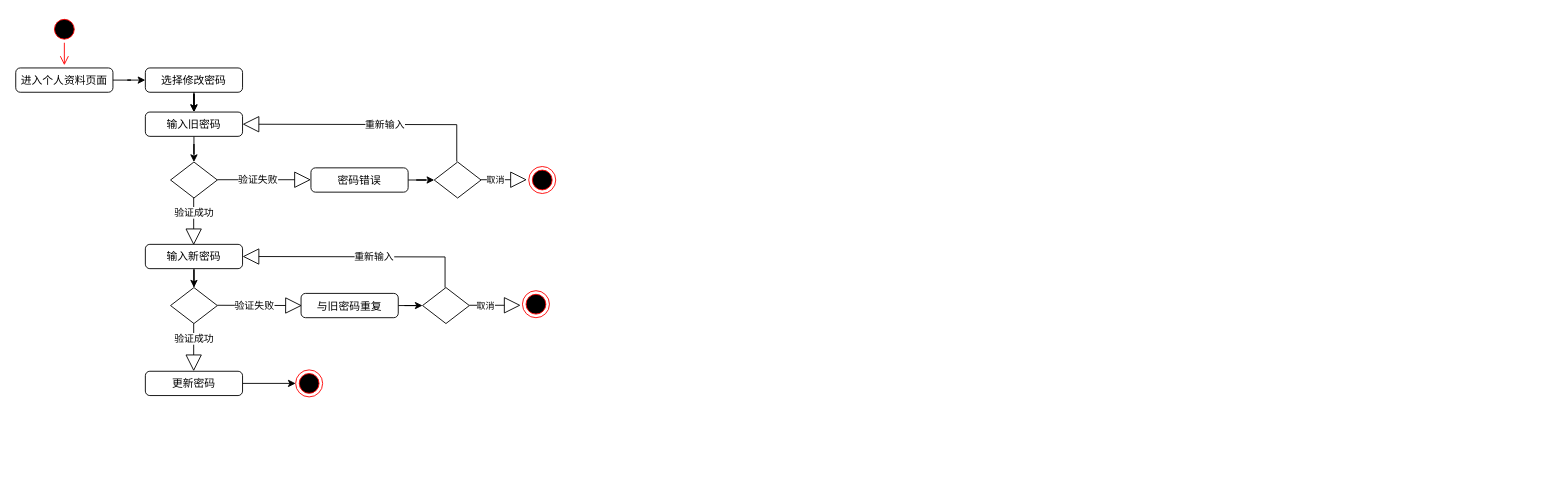
Above: page "第 3 页" (3 of 8) of 用户管理子系统.drawio in IRiDecenT/graph (draw.io), before the change. Source tidied: cells renumbered, new cells numbered last; positions are measured from the earlier drawing's top-left corner, leaving out a move shared by most shapes. Both pictures are drawn from the tidied source at 90%, with x=0, y=0 at pixel (15, 15).
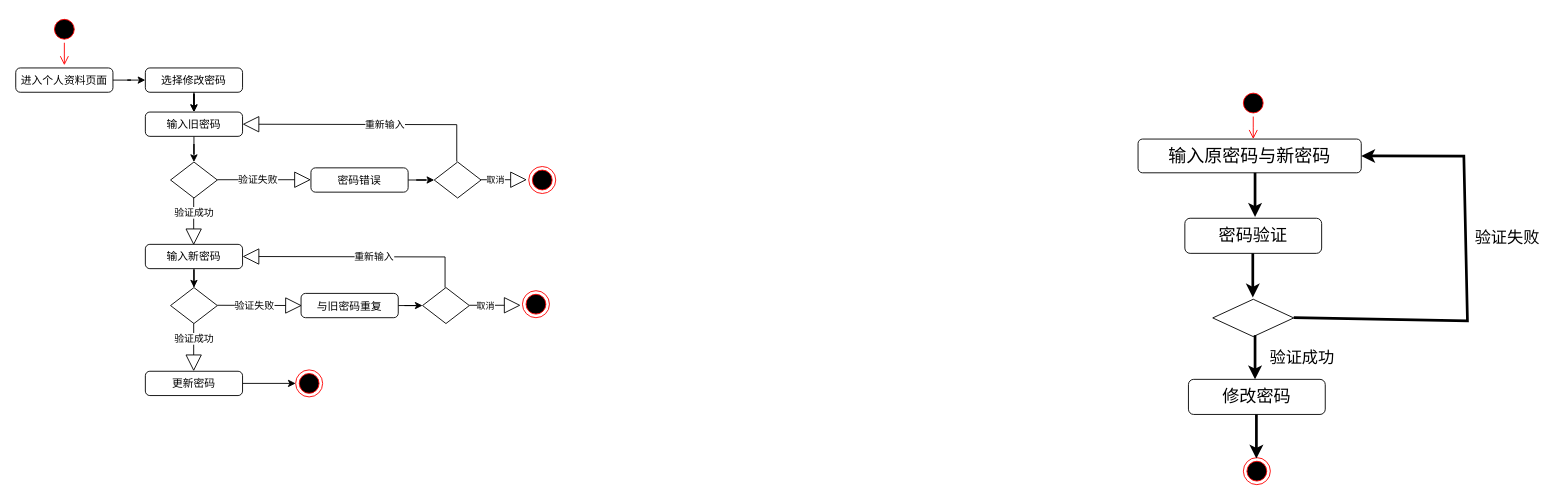
Above is the later version.

The edit, as a diff of the source:
```diff
@@
+    <mxCell id="34" value="&lt;font style=&quot;font-size: 20px;&quot;&gt;输入原密码与新密码&lt;/font&gt;" style="html=1;align=center;verticalAlign=top;rounded=1;absoluteArcSize=1;arcSize=10;dashed=0;whiteSpace=wrap;" parent="1" vertex="1">
+      <mxGeometry x="1247" y="137" width="248" height="37.5" as="geometry" />
+    </mxCell>
+    <mxCell id="35" style="ellipse;html=1;shape=startState;fillColor=#000000;strokeColor=#ff0000;" parent="1" vertex="1">
+      <mxGeometry x="1360" y="82" width="30" height="30" as="geometry" />
+    </mxCell>
+    <mxCell id="36" style="edgeStyle=orthogonalEdgeStyle;html=1;verticalAlign=bottom;endArrow=open;endSize=8;strokeColor=#ff0000;rounded=0;" parent="1" edge="1" source="35">
+      <mxGeometry relative="1" as="geometry">
+        <mxPoint x="1375" y="137" as="targetPoint" />
+      </mxGeometry>
+    </mxCell>
+    <mxCell id="37" style="edgeStyle=orthogonalEdgeStyle;rounded=0;orthogonalLoop=1;jettySize=auto;html=1;strokeWidth=3;" parent="1" edge="1">
+      <mxGeometry relative="1" as="geometry">
+        <mxPoint x="1377" y="174.5" as="sourcePoint" />
+        <mxPoint x="1377" y="223.5" as="targetPoint" />
+      </mxGeometry>
+    </mxCell>
+    <mxCell id="38" value="&lt;font style=&quot;font-size: 19px;&quot;&gt;密码验证&lt;/font&gt;" style="rounded=1;whiteSpace=wrap;html=1;" parent="1" vertex="1">
+      <mxGeometry x="1299" y="225" width="152" height="39" as="geometry" />
+    </mxCell>
+    <mxCell id="39" style="rhombus;whiteSpace=wrap;html=1;" parent="1" vertex="1">
+      <mxGeometry x="1330" y="315" width="90" height="41.5" as="geometry" />
+    </mxCell>
+    <mxCell id="40" style="edgeStyle=orthogonalEdgeStyle;rounded=0;orthogonalLoop=1;jettySize=auto;html=1;strokeWidth=3;" parent="1" edge="1">
+      <mxGeometry relative="1" as="geometry">
+        <mxPoint x="1374.5" y="264" as="sourcePoint" />
+        <mxPoint x="1374.5" y="313" as="targetPoint" />
+      </mxGeometry>
+    </mxCell>
+    <mxCell id="41" style="endArrow=classic;html=1;rounded=0;strokeWidth=3;entryX=1;entryY=0.5;entryDx=0;entryDy=0;" parent="1" edge="1" target="34">
+      <mxGeometry relative="1" as="geometry">
+        <mxPoint x="1420" y="335.5" as="sourcePoint" />
+        <Array as="points">
+          <mxPoint x="1613" y="339" />
+          <mxPoint x="1609" y="156" />
+        </Array>
+      </mxGeometry>
+    </mxCell>
+    <mxCell id="42" value="&lt;font style=&quot;font-size: 18px;&quot;&gt;验证失败&lt;/font&gt;" style="text;html=1;align=center;verticalAlign=middle;strokeColor=none;fillColor=none;" parent="1" vertex="1">
+      <mxGeometry x="1612" y="230" width="90" height="34" as="geometry" />
+    </mxCell>
+    <mxCell id="43" style="edgeStyle=orthogonalEdgeStyle;rounded=0;orthogonalLoop=1;jettySize=auto;html=1;strokeWidth=3;" parent="1" edge="1">
+      <mxGeometry relative="1" as="geometry">
+        <mxPoint x="1377" y="355" as="sourcePoint" />
+        <mxPoint x="1377" y="404" as="targetPoint" />
+      </mxGeometry>
+    </mxCell>
+    <mxCell id="44" value="&lt;font style=&quot;font-size: 19px;&quot;&gt;修改密码&lt;/font&gt;" style="rounded=1;whiteSpace=wrap;html=1;" parent="1" vertex="1">
+      <mxGeometry x="1303" y="404" width="152" height="39" as="geometry" />
+    </mxCell>
+    <mxCell id="45" style="ellipse;html=1;shape=endState;fillColor=#000000;strokeColor=#ff0000;" parent="1" vertex="1">
+      <mxGeometry x="1364" y="491" width="30" height="30" as="geometry" />
+    </mxCell>
+    <mxCell id="46" style="edgeStyle=orthogonalEdgeStyle;rounded=0;orthogonalLoop=1;jettySize=auto;html=1;strokeWidth=3;" parent="1" edge="1">
+      <mxGeometry relative="1" as="geometry">
+        <mxPoint x="1378.5" y="443" as="sourcePoint" />
+        <mxPoint x="1378.5" y="492" as="targetPoint" />
+      </mxGeometry>
+    </mxCell>
+    <mxCell id="47" value="&lt;font style=&quot;font-size: 18px;&quot;&gt;验证成功&lt;/font&gt;" style="text;html=1;align=center;verticalAlign=middle;strokeColor=none;fillColor=none;" parent="1" vertex="1">
+      <mxGeometry x="1384" y="363" width="90" height="34" as="geometry" />
+    </mxCell>
```
